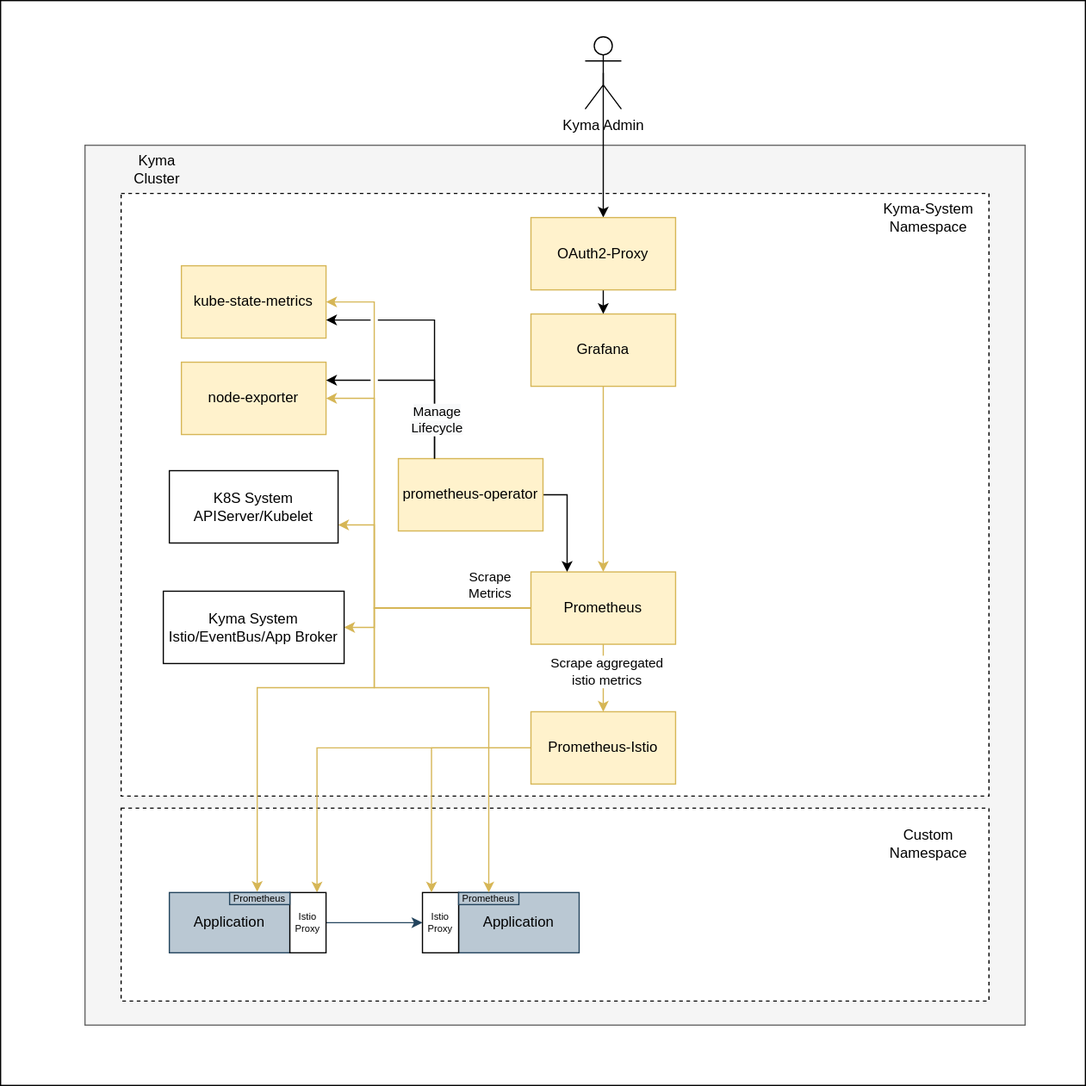
The draw.io diagram concepts/observability-configurable-monitoring/assets/current.drawio.svg in kyma-project/community, before a commit. Source tidied: cells renumbered, new cells last; positions are measured from the earlier drawing's top-left corner, leaving out a move shared by most shapes.
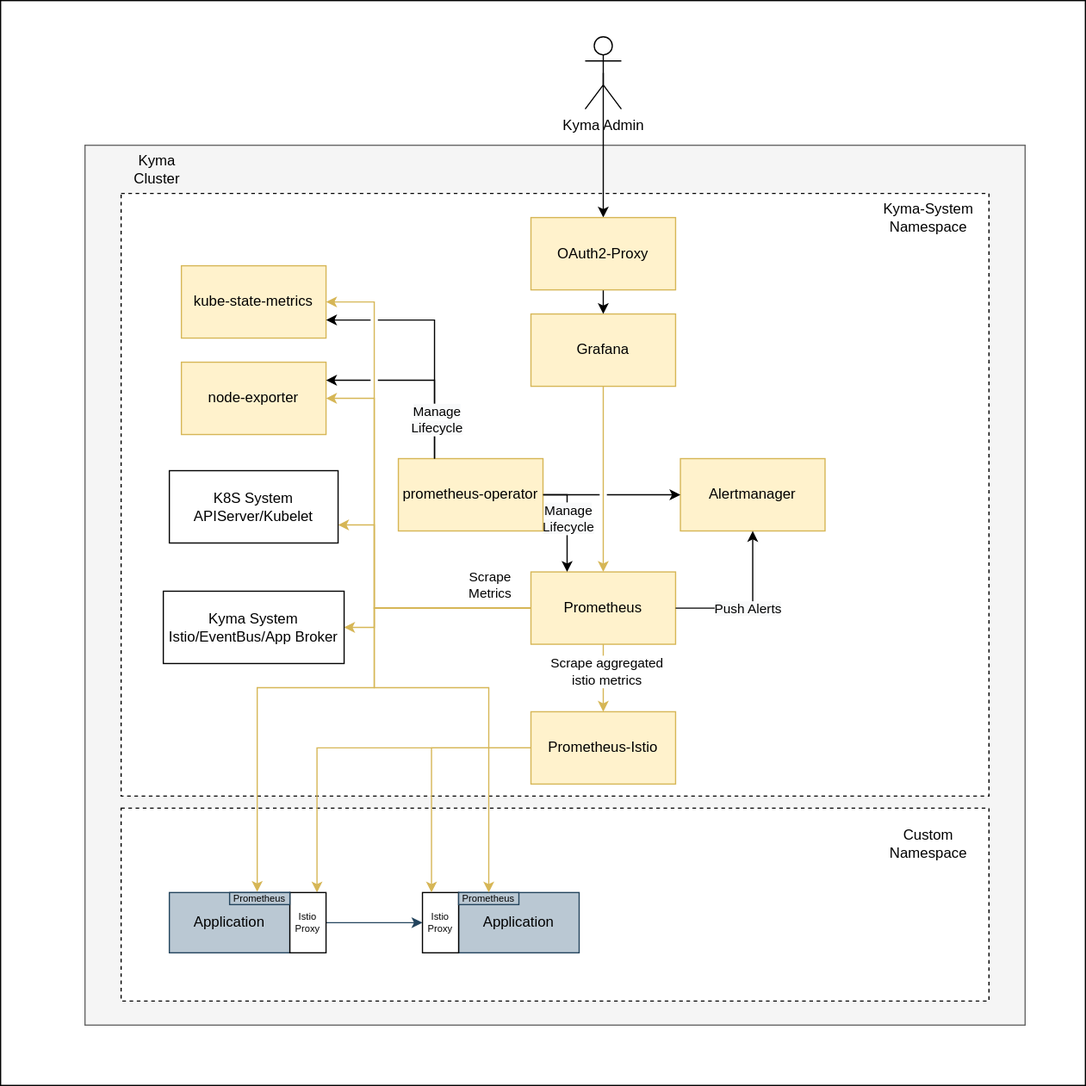
After the commit.

Change to the diagram source:
```diff
@@ -142,6 +142,9 @@
     <mxCell id="33" style="edgeStyle=orthogonalEdgeStyle;jumpStyle=gap;html=1;exitX=1;exitY=0.5;exitDx=0;exitDy=0;entryX=0.25;entryY=0;entryDx=0;entryDy=0;rounded=0;" parent="1" edge="1" source="34" target="10">
       <mxGeometry relative="1" as="geometry" />
     </mxCell>
+    <mxCell id="44" value="&lt;span style=&quot;background-color: rgb(248 , 249 , 250)&quot;&gt;Manage&lt;/span&gt;&lt;br style=&quot;background-color: rgb(248 , 249 , 250)&quot;&gt;&lt;span style=&quot;background-color: rgb(248 , 249 , 250)&quot;&gt;Lifecycle&lt;/span&gt;" style="edgeLabel;html=1;align=center;verticalAlign=middle;" parent="33" vertex="1">
+      <mxGeometry x="-0.08" relative="1" as="geometry" />
+    </mxCell>
     <mxCell id="34" value="prometheus-operator" style="rounded=0;whiteSpace=wrap;html=1;fillColor=#fff2cc;strokeColor=#d6b656;fontColor=#000000;" parent="1" vertex="1">
       <mxGeometry x="330" y="380" width="120" height="60" as="geometry" />
     </mxCell>
@@ -192,5 +195,17 @@
     <mxCell id="43" value="OAuth2-Proxy" style="rounded=0;whiteSpace=wrap;html=1;fillColor=#fff2cc;strokeColor=#d6b656;" parent="1" vertex="1">
       <mxGeometry x="440" y="180" width="120" height="60" as="geometry" />
     </mxCell>
+    <mxCell id="45" value="Alertmanager" style="rounded=0;whiteSpace=wrap;html=1;fillColor=#fff2cc;strokeColor=#d6b656;fontColor=#000000;" parent="1" vertex="1">
+      <mxGeometry x="564" y="380" width="120" height="60" as="geometry" />
+    </mxCell>
+    <mxCell id="46" style="edgeStyle=orthogonalEdgeStyle;jumpStyle=gap;html=1;exitX=1;exitY=0.5;exitDx=0;exitDy=0;entryX=0.5;entryY=1;entryDx=0;entryDy=0;rounded=0;" parent="1" edge="1" source="10" target="45">
+      <mxGeometry relative="1" as="geometry" />
+    </mxCell>
+    <mxCell id="47" value="&lt;span style=&quot;background-color: rgb(248 , 249 , 250)&quot;&gt;Push Alerts&lt;/span&gt;" style="edgeLabel;html=1;align=center;verticalAlign=middle;" parent="46" vertex="1">
+      <mxGeometry x="-0.08" relative="1" as="geometry" />
+    </mxCell>
+    <mxCell id="48" style="edgeStyle=orthogonalEdgeStyle;jumpStyle=gap;html=1;exitX=1;exitY=0.5;exitDx=0;exitDy=0;entryX=0;entryY=0.5;entryDx=0;entryDy=0;rounded=0;" parent="1" edge="1" source="34" target="45">
+      <mxGeometry relative="1" as="geometry" />
+    </mxCell>
   </root>
 </mxGraphModel>
```
